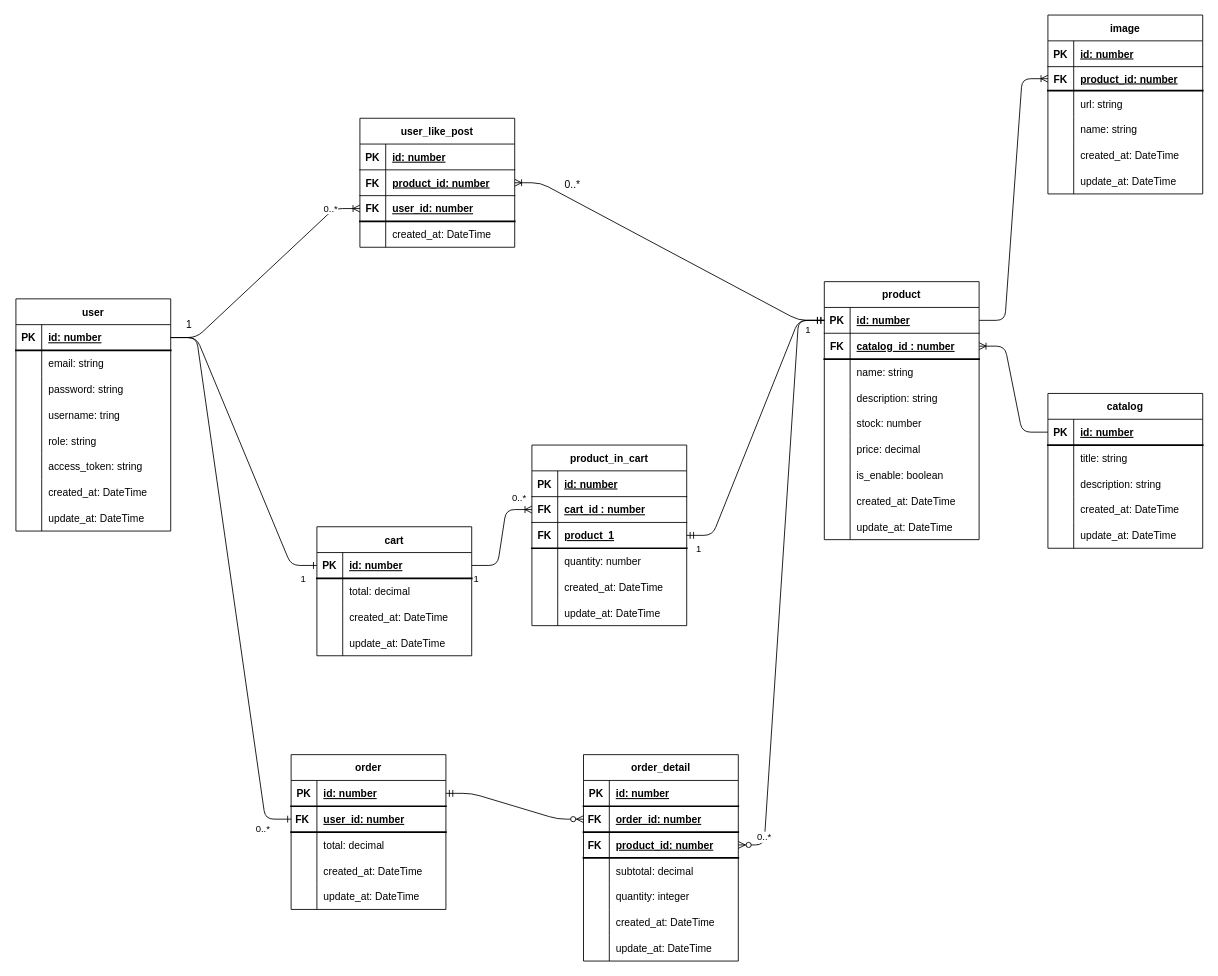
Earlier version of the draw.io diagram db.diagram.drawio (fabio248/GRAPHQL-Challenge). Source tidied: cells renumbered, new cells numbered last; positions are measured from the earlier drawing's top-left corner, leaving out a move shared by most shapes. Both pictures are drawn from the tidied source at 86%, with x=0, y=0 at pixel (15, 15).
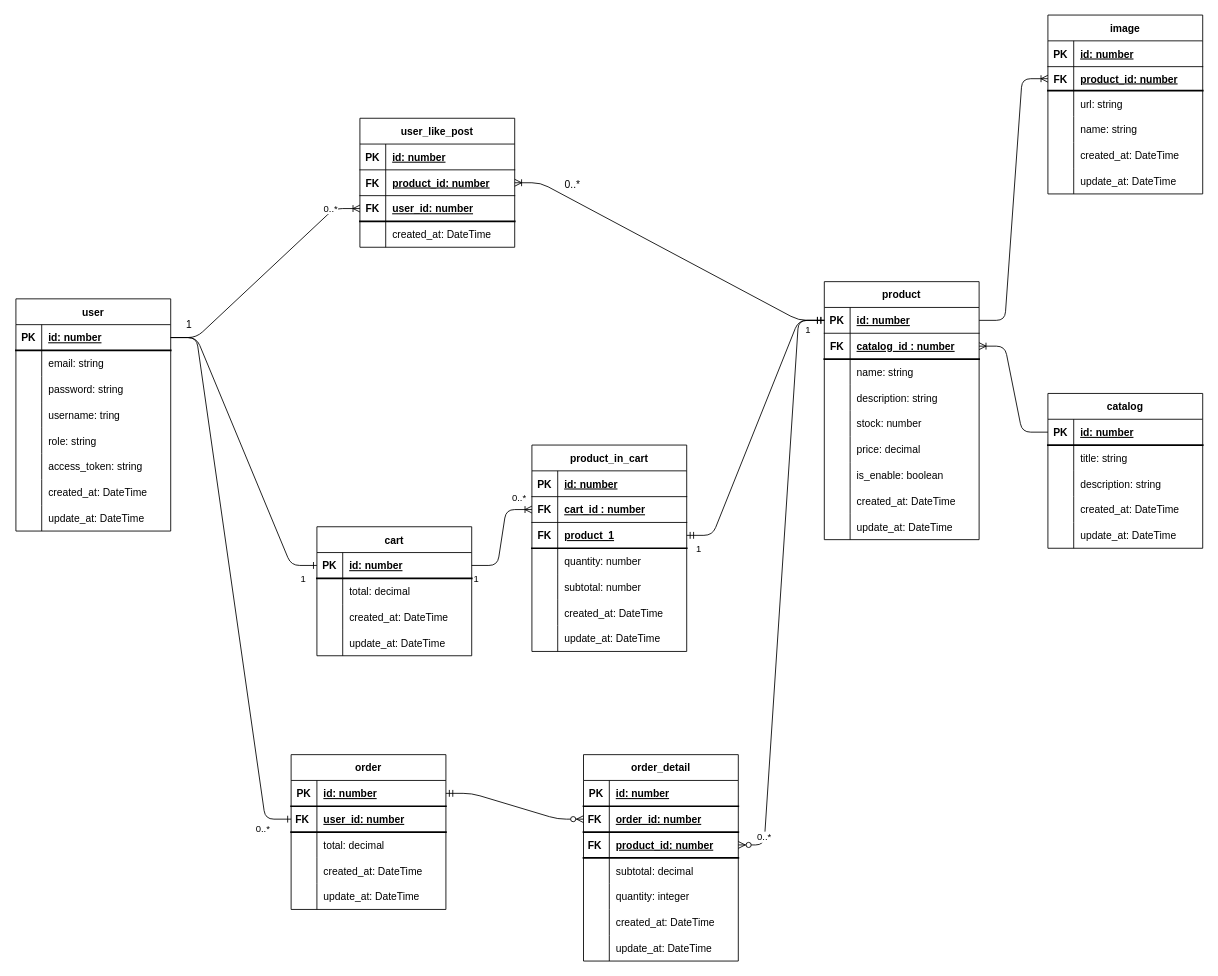
Above is the later version.

What changed in the source:
```diff
@@
     <mxCell id="97" value="product_in_cart" style="shape=table;startSize=30;childLayout=tableLayout;rowLines=0;fontStyle=1;align=center;" parent="1" vertex="1">
-      <mxGeometry x="600" y="500" width="180" height="210" as="geometry" />
+      <mxGeometry x="600" y="500" width="180" height="240" as="geometry" />
     </mxCell>
@@
+    <mxCell id="191" style="shape=tableRow;horizontal=0;startSize=0;swimlaneHead=0;swimlaneBody=0;fillColor=none;top=0;left=0;right=0;bottom=0;" parent="97" vertex="1">
+      <mxGeometry y="150" width="180" height="30" as="geometry" />
+    </mxCell>
+    <mxCell id="192" style="shape=partialRectangle;fillColor=none;top=0;left=0;bottom=0;right=0;overflow=hidden;" parent="191" vertex="1">
+      <mxGeometry width="30" height="30" as="geometry" />
+    </mxCell>
+    <mxCell id="193" value="subtotal: number" style="shape=partialRectangle;fillColor=none;top=0;left=0;bottom=0;right=0;align=left;spacingLeft=6;overflow=hidden;" parent="191" vertex="1">
+      <mxGeometry x="30" width="150" height="30" as="geometry" />
+    </mxCell>
     <mxCell id="110" style="shape=tableRow;horizontal=0;startSize=0;swimlaneHead=0;swimlaneBody=0;fillColor=none;top=0;left=0;right=0;bottom=0;" parent="97" vertex="1">
-      <mxGeometry y="150" width="180" height="30" as="geometry" />
+      <mxGeometry y="180" width="180" height="30" as="geometry" />
     </mxCell>
@@
     <mxCell id="113" style="shape=tableRow;horizontal=0;startSize=0;swimlaneHead=0;swimlaneBody=0;fillColor=none;top=0;left=0;right=0;bottom=0;" parent="97" vertex="1">
-      <mxGeometry y="180" width="180" height="30" as="geometry" />
+      <mxGeometry y="210" width="180" height="30" as="geometry" />
     </mxCell>
```
